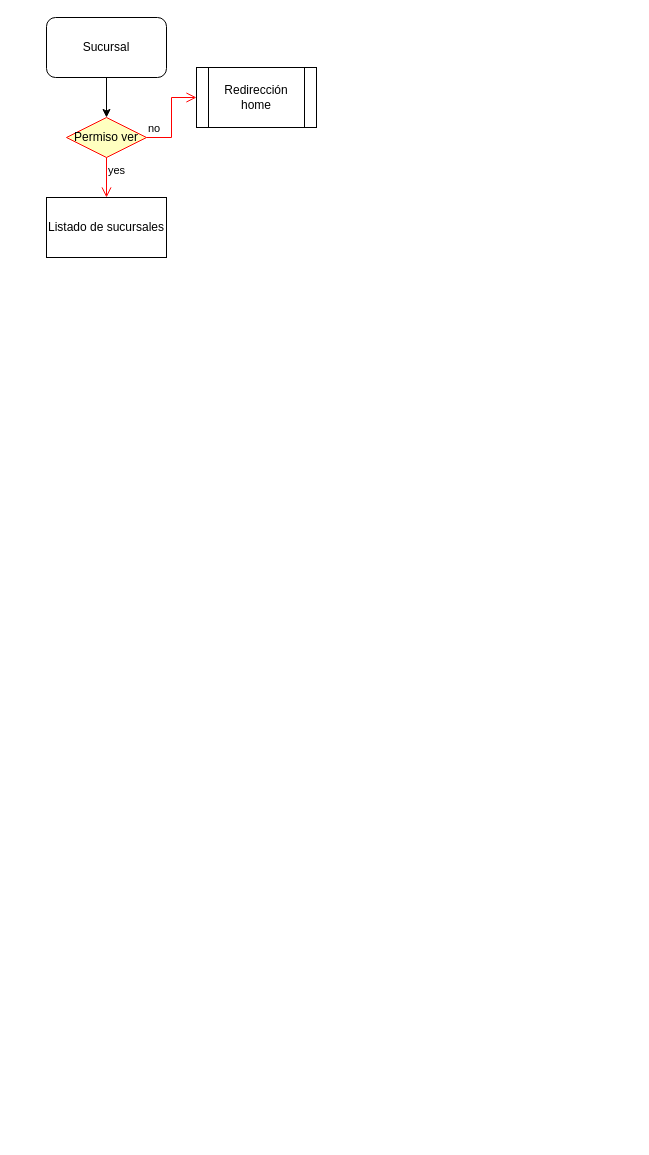
Before: page "Sucursal" (4 of 5) of Proyecto.drawio in rrpovando/ProyectoDB, a draw.io diagram. Source tidied: cells renumbered, new cells numbered last; positions are measured from the earlier drawing's top-left corner, leaving out a move shared by most shapes. Both pictures are drawn from the tidied source at 100%, with x=0, y=0 at pixel (46, 17).
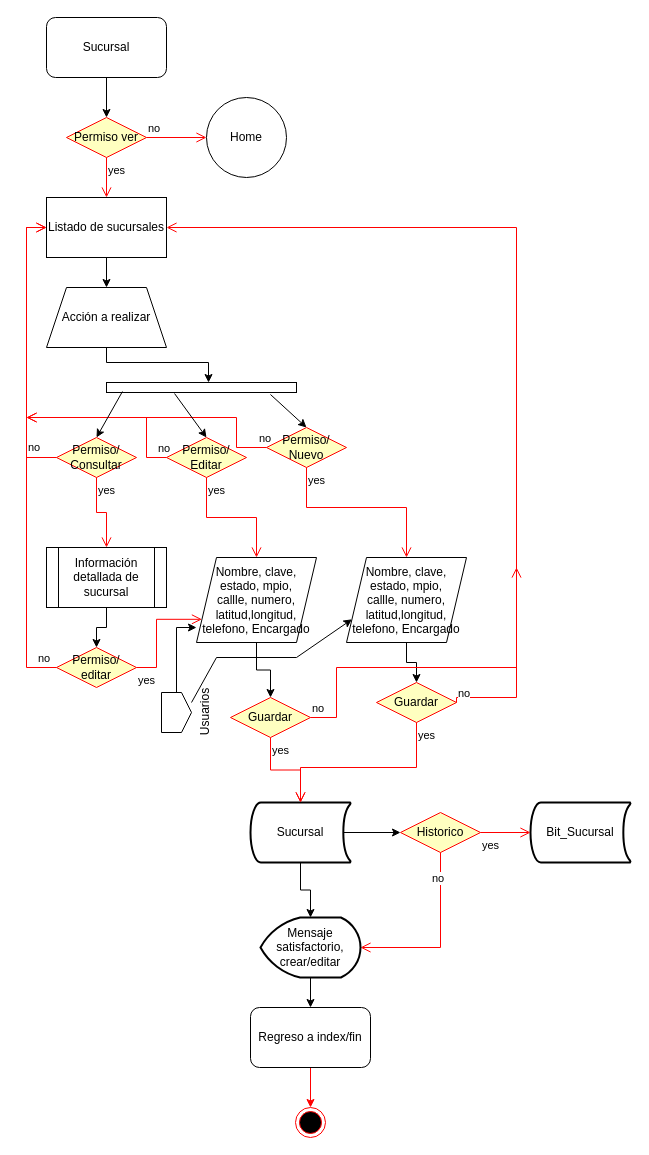
The same page after the edit.

Unchanged cells that the change refers to:
```xml
<mxCell id="4" value="Permiso ver" style="rhombus;whiteSpace=wrap;html=1;fillColor=#ffffc0;strokeColor=#ff0000;" parent="1" vertex="1">
  <mxGeometry x="20" y="100" width="80" height="40" as="geometry" />
</mxCell>
<mxCell id="7" value="Listado de sucursales" style="rounded=0;whiteSpace=wrap;html=1;" parent="1" vertex="1">
  <mxGeometry y="180" width="120" height="60" as="geometry" />
</mxCell>
```

What changed in the source:
```diff
@@
-    <mxCell id="5" value="no" style="edgeStyle=orthogonalEdgeStyle;html=1;align=left;verticalAlign=bottom;endArrow=open;endSize=8;strokeColor=#ff0000;rounded=0;entryX=0;entryY=0.5;entryDx=0;entryDy=0;" parent="1" edge="1" source="4" target="8">
+    <mxCell id="5" value="no" style="edgeStyle=orthogonalEdgeStyle;html=1;align=left;verticalAlign=bottom;endArrow=open;endSize=8;strokeColor=#ff0000;rounded=0;entryX=0;entryY=0.5;entryDx=0;entryDy=0;" parent="1" edge="1" source="4" target="55">
       <mxGeometry x="-1" relative="1" as="geometry" />
     </mxCell>
@@
+    <mxCell id="9" style="edgeStyle=orthogonalEdgeStyle;rounded=0;jettySize=auto;html=1;strokeColor=#000000;" parent="1" edge="1" source="7" target="11">
+      <mxGeometry relative="1" as="geometry" />
+    </mxCell>
@@
-    <mxCell id="8" value="Redirección home" style="shape=process;whiteSpace=wrap;html=1;backgroundOutline=1;" parent="1" vertex="1">
-      <mxGeometry x="150" y="50" width="120" height="60" as="geometry" />
-    </mxCell>
+    <mxCell id="10" style="edgeStyle=orthogonalEdgeStyle;rounded=0;jettySize=auto;html=1;exitX=0.5;exitY=1;exitDx=0;exitDy=0;entryX=0;entryY=0.463;entryDx=0;entryDy=0;entryPerimeter=0;" parent="1" edge="1" source="11" target="12">
+      <mxGeometry relative="1" as="geometry">
+        <Array as="points">
+          <mxPoint x="60" y="345" />
+          <mxPoint x="162" y="345" />
+        </Array>
+      </mxGeometry>
+    </mxCell>
+    <mxCell id="11" value="Acción a realizar" style="shape=trapezoid;perimeter=trapezoidPerimeter;whiteSpace=wrap;html=1;fixedSize=1;fillColor=none;" parent="1" vertex="1">
+      <mxGeometry y="270" width="120" height="60" as="geometry" />
+    </mxCell>
+    <mxCell id="12" style="html=1;points=[];perimeter=orthogonalPerimeter;fillColor=none;rotation=90;" parent="1" vertex="1">
+      <mxGeometry x="150" y="275" width="10" height="190" as="geometry" />
+    </mxCell>
+    <mxCell id="13" value="Permiso/&lt;br&gt;Nuevo" style="rhombus;whiteSpace=wrap;html=1;fillColor=#ffffc0;strokeColor=#ff0000;" parent="1" vertex="1">
+      <mxGeometry x="220" y="410" width="80" height="40" as="geometry" />
+    </mxCell>
+    <mxCell id="14" value="no" style="edgeStyle=orthogonalEdgeStyle;html=1;align=left;verticalAlign=bottom;endArrow=open;endSize=8;strokeColor=#ff0000;rounded=0;exitX=0;exitY=0.5;exitDx=0;exitDy=0;" parent="1" edge="1" source="13">
+      <mxGeometry x="-0.93" relative="1" as="geometry">
+        <mxPoint x="-20" y="400" as="targetPoint" />
+        <Array as="points">
+          <mxPoint x="190" y="430" />
+          <mxPoint x="190" y="400" />
+        </Array>
+      </mxGeometry>
+    </mxCell>
+    <mxCell id="15" value="yes" style="edgeStyle=orthogonalEdgeStyle;html=1;align=left;verticalAlign=top;endArrow=open;endSize=8;strokeColor=#ff0000;rounded=0;exitX=0.5;exitY=1;exitDx=0;exitDy=0;entryX=0.5;entryY=0;entryDx=0;entryDy=0;" parent="1" edge="1" source="13" target="30">
+      <mxGeometry x="-1" relative="1" as="geometry">
+        <Array as="points">
+          <mxPoint x="260" y="490" />
+          <mxPoint x="360" y="490" />
+        </Array>
+      </mxGeometry>
+    </mxCell>
+    <mxCell id="16" value="Permiso/&lt;br&gt;Editar" style="rhombus;whiteSpace=wrap;html=1;fillColor=#ffffc0;strokeColor=#ff0000;" parent="1" vertex="1">
+      <mxGeometry x="120" y="420" width="80" height="40" as="geometry" />
+    </mxCell>
+    <mxCell id="17" value="no" style="edgeStyle=orthogonalEdgeStyle;html=1;align=left;verticalAlign=bottom;endArrow=open;endSize=8;strokeColor=#ff0000;rounded=0;exitX=0;exitY=0.5;exitDx=0;exitDy=0;" parent="1" edge="1" source="16">
+      <mxGeometry x="-0.89" relative="1" as="geometry">
+        <mxPoint x="-20" y="400" as="targetPoint" />
+        <Array as="points">
+          <mxPoint x="100" y="440" />
+          <mxPoint x="100" y="400" />
+        </Array>
+      </mxGeometry>
+    </mxCell>
+    <mxCell id="18" value="Permiso/&lt;br&gt;Consultar" style="rhombus;whiteSpace=wrap;html=1;fillColor=#ffffc0;strokeColor=#ff0000;" parent="1" vertex="1">
+      <mxGeometry x="10" y="420" width="80" height="40" as="geometry" />
+    </mxCell>
+    <mxCell id="19" value="no" style="edgeStyle=orthogonalEdgeStyle;html=1;align=left;verticalAlign=bottom;endArrow=open;endSize=8;strokeColor=#ff0000;rounded=0;entryX=0;entryY=0.5;entryDx=0;entryDy=0;exitX=0;exitY=0.5;exitDx=0;exitDy=0;" parent="1" edge="1" source="18" target="7">
+      <mxGeometry x="-0.78" relative="1" as="geometry">
+        <Array as="points">
+          <mxPoint x="-20" y="440" />
+          <mxPoint x="-20" y="210" />
+        </Array>
+      </mxGeometry>
+    </mxCell>
+    <mxCell id="20" value="yes" style="edgeStyle=orthogonalEdgeStyle;html=1;align=left;verticalAlign=top;endArrow=open;endSize=8;strokeColor=#ff0000;rounded=0;entryX=0.5;entryY=0;entryDx=0;entryDy=0;" parent="1" edge="1" source="18" target="32">
+      <mxGeometry x="-1" relative="1" as="geometry" />
+    </mxCell>
+    <mxCell id="21" style="endArrow=classic;html=1;rounded=0;strokeColor=#000000;entryX=0.5;entryY=0;entryDx=0;entryDy=0;exitX=0.9;exitY=0.916;exitDx=0;exitDy=0;exitPerimeter=0;" parent="1" edge="1" source="12" target="18">
+      <mxGeometry relative="1" as="geometry" />
+    </mxCell>
+    <mxCell id="22" style="endArrow=classic;html=1;rounded=0;strokeColor=#000000;entryX=0.5;entryY=0;entryDx=0;entryDy=0;exitX=1.1;exitY=0.642;exitDx=0;exitDy=0;exitPerimeter=0;" parent="1" edge="1" source="12" target="16">
+      <mxGeometry relative="1" as="geometry" />
+    </mxCell>
+    <mxCell id="23" style="endArrow=classic;html=1;rounded=0;strokeColor=#000000;entryX=0.5;entryY=0;entryDx=0;entryDy=0;exitX=1.2;exitY=0.137;exitDx=0;exitDy=0;exitPerimeter=0;" parent="1" edge="1" source="12" target="13">
+      <mxGeometry relative="1" as="geometry" />
+    </mxCell>
+    <mxCell id="24" style="edgeStyle=orthogonalEdgeStyle;rounded=0;jettySize=auto;html=1;strokeColor=#000000;" parent="1" edge="1" source="25" target="39">
+      <mxGeometry relative="1" as="geometry" />
+    </mxCell>
+    <mxCell id="25" value="Nombre,&amp;nbsp;clave,&lt;br&gt;estado,&amp;nbsp;mpio,&lt;br&gt;callle,&amp;nbsp;numero,&lt;br&gt;latitud,longitud,&lt;br&gt;telefono,&amp;nbsp;Encargado" style="shape=parallelogram;perimeter=parallelogramPerimeter;whiteSpace=wrap;html=1;fixedSize=1;" parent="1" vertex="1">
+      <mxGeometry x="150" y="540" width="120" height="85" as="geometry" />
+    </mxCell>
+    <mxCell id="26" value="Bit_Sucursal" style="strokeWidth=2;html=1;shape=mxgraph.flowchart.stored_data;whiteSpace=wrap;" parent="1" vertex="1">
+      <mxGeometry x="484" y="785" width="100" height="60" as="geometry" />
+    </mxCell>
+    <mxCell id="27" style="edgeStyle=orthogonalEdgeStyle;rounded=0;jettySize=auto;html=1;strokeColor=#000000;" parent="1" edge="1" source="28" target="51">
+      <mxGeometry relative="1" as="geometry" />
+    </mxCell>
+    <mxCell id="28" value="Sucursal" style="strokeWidth=2;html=1;shape=mxgraph.flowchart.stored_data;whiteSpace=wrap;" parent="1" vertex="1">
+      <mxGeometry x="204" y="785" width="100" height="60" as="geometry" />
+    </mxCell>
+    <mxCell id="29" style="edgeStyle=orthogonalEdgeStyle;rounded=0;jettySize=auto;html=1;strokeColor=#000000;" parent="1" edge="1" source="30" target="42">
+      <mxGeometry relative="1" as="geometry" />
+    </mxCell>
+    <mxCell id="30" value="Nombre,&amp;nbsp;clave,&lt;br&gt;estado,&amp;nbsp;mpio,&lt;br&gt;callle,&amp;nbsp;numero,&lt;br&gt;latitud,longitud,&lt;br&gt;telefono,&amp;nbsp;Encargado" style="shape=parallelogram;perimeter=parallelogramPerimeter;whiteSpace=wrap;html=1;fixedSize=1;" parent="1" vertex="1">
+      <mxGeometry x="300" y="540" width="120" height="85" as="geometry" />
+    </mxCell>
+    <mxCell id="31" style="edgeStyle=orthogonalEdgeStyle;rounded=0;jettySize=auto;html=1;strokeColor=#000000;" parent="1" edge="1" source="32" target="34">
+      <mxGeometry relative="1" as="geometry" />
+    </mxCell>
+    <mxCell id="32" value="Información detallada de sucursal" style="shape=process;whiteSpace=wrap;html=1;backgroundOutline=1;" parent="1" vertex="1">
+      <mxGeometry y="530" width="120" height="60" as="geometry" />
+    </mxCell>
+    <mxCell id="33" value="yes" style="edgeStyle=orthogonalEdgeStyle;html=1;align=left;verticalAlign=top;endArrow=open;endSize=8;strokeColor=#ff0000;rounded=0;exitX=0.5;exitY=1;exitDx=0;exitDy=0;entryX=0.5;entryY=0;entryDx=0;entryDy=0;" parent="1" edge="1" source="16" target="25">
+      <mxGeometry x="-1" relative="1" as="geometry">
+        <Array as="points">
+          <mxPoint x="160" y="500" />
+          <mxPoint x="210" y="500" />
+        </Array>
+      </mxGeometry>
+    </mxCell>
+    <mxCell id="34" value="Permiso/ editar" style="rhombus;whiteSpace=wrap;html=1;fillColor=#ffffc0;strokeColor=#ff0000;" parent="1" vertex="1">
+      <mxGeometry x="10" y="630" width="80" height="40" as="geometry" />
+    </mxCell>
+    <mxCell id="35" value="no" style="edgeStyle=orthogonalEdgeStyle;html=1;align=left;verticalAlign=bottom;endArrow=open;endSize=8;strokeColor=#ff0000;rounded=0;entryX=0;entryY=0.5;entryDx=0;entryDy=0;exitX=0;exitY=0.5;exitDx=0;exitDy=0;" parent="1" edge="1" source="34" target="7">
+      <mxGeometry x="-0.92" relative="1" as="geometry">
+        <Array as="points">
+          <mxPoint x="-20" y="650" />
+          <mxPoint x="-20" y="210" />
+        </Array>
+      </mxGeometry>
+    </mxCell>
+    <mxCell id="36" value="yes" style="edgeStyle=orthogonalEdgeStyle;html=1;align=left;verticalAlign=top;endArrow=open;endSize=8;strokeColor=#ff0000;rounded=0;exitX=1;exitY=0.5;exitDx=0;exitDy=0;entryX=0;entryY=0.75;entryDx=0;entryDy=0;" parent="1" edge="1" source="34" target="25">
+      <mxGeometry x="-1" relative="1" as="geometry">
+        <Array as="points">
+          <mxPoint x="110" y="650" />
+          <mxPoint x="110" y="602" />
+        </Array>
+      </mxGeometry>
+    </mxCell>
+    <mxCell id="37" style="edgeStyle=orthogonalEdgeStyle;rounded=0;jettySize=auto;html=1;strokeColor=#000000;" parent="1" edge="1" source="38">
+      <mxGeometry relative="1" as="geometry">
+        <mxPoint x="150" y="610" as="targetPoint" />
+        <Array as="points">
+          <mxPoint x="130" y="610" />
+          <mxPoint x="150" y="610" />
+        </Array>
+      </mxGeometry>
+    </mxCell>
+    <mxCell id="38" value="Usuarios" style="verticalLabelPosition=bottom;verticalAlign=top;html=1;shape=offPageConnector;rounded=0;size=0.3333333333333333;rotation=-90;" parent="1" vertex="1">
+      <mxGeometry x="110" y="680" width="40" height="30" as="geometry" />
+    </mxCell>
+    <mxCell id="39" value="Guardar" style="rhombus;whiteSpace=wrap;html=1;fillColor=#ffffc0;strokeColor=#ff0000;" parent="1" vertex="1">
+      <mxGeometry x="184" y="680" width="80" height="40" as="geometry" />
+    </mxCell>
+    <mxCell id="40" value="no" style="edgeStyle=orthogonalEdgeStyle;html=1;align=left;verticalAlign=bottom;endArrow=open;endSize=8;strokeColor=#ff0000;rounded=0;exitX=1;exitY=0.5;exitDx=0;exitDy=0;" parent="1" edge="1" source="39">
+      <mxGeometry x="-1" relative="1" as="geometry">
+        <mxPoint x="470" y="550" as="targetPoint" />
+        <Array as="points">
+          <mxPoint x="290" y="700" />
+          <mxPoint x="290" y="650" />
+          <mxPoint x="470" y="650" />
+        </Array>
+      </mxGeometry>
+    </mxCell>
+    <mxCell id="41" value="yes" style="edgeStyle=orthogonalEdgeStyle;html=1;align=left;verticalAlign=top;endArrow=open;endSize=8;strokeColor=#ff0000;rounded=0;entryX=0.5;entryY=0;entryDx=0;entryDy=0;entryPerimeter=0;" parent="1" edge="1" source="39" target="28">
+      <mxGeometry x="-1" relative="1" as="geometry" />
+    </mxCell>
+    <mxCell id="42" value="Guardar" style="rhombus;whiteSpace=wrap;html=1;fillColor=#ffffc0;strokeColor=#ff0000;" parent="1" vertex="1">
+      <mxGeometry x="330" y="665" width="80" height="40" as="geometry" />
+    </mxCell>
+    <mxCell id="43" value="no" style="edgeStyle=orthogonalEdgeStyle;html=1;align=left;verticalAlign=bottom;endArrow=open;endSize=8;strokeColor=#ff0000;rounded=0;entryX=1;entryY=0.5;entryDx=0;entryDy=0;exitX=1;exitY=0.5;exitDx=0;exitDy=0;" parent="1" edge="1" source="42" target="7">
+      <mxGeometry x="-1" relative="1" as="geometry">
+        <Array as="points">
+          <mxPoint x="410" y="680" />
+          <mxPoint x="470" y="680" />
+          <mxPoint x="470" y="210" />
+        </Array>
+      </mxGeometry>
+    </mxCell>
+    <mxCell id="44" value="yes" style="edgeStyle=orthogonalEdgeStyle;html=1;align=left;verticalAlign=top;endArrow=open;endSize=8;strokeColor=#ff0000;rounded=0;entryX=0.5;entryY=0;entryDx=0;entryDy=0;entryPerimeter=0;" parent="1" edge="1" source="42" target="28">
+      <mxGeometry x="-1" relative="1" as="geometry">
+        <Array as="points">
+          <mxPoint x="370" y="750" />
+          <mxPoint x="254" y="750" />
+        </Array>
+      </mxGeometry>
+    </mxCell>
+    <mxCell id="45" value="Historico" style="rhombus;whiteSpace=wrap;html=1;fillColor=#ffffc0;strokeColor=#ff0000;" parent="1" vertex="1">
+      <mxGeometry x="354" y="795" width="80" height="40" as="geometry" />
+    </mxCell>
+    <mxCell id="46" value="no" style="edgeStyle=orthogonalEdgeStyle;html=1;align=left;verticalAlign=bottom;endArrow=open;endSize=8;strokeColor=#ff0000;rounded=0;exitX=0.5;exitY=1;exitDx=0;exitDy=0;entryX=1;entryY=0.5;entryDx=0;entryDy=0;entryPerimeter=0;" parent="1" edge="1" source="45" target="51">
+      <mxGeometry x="-0.6" y="-10" relative="1" as="geometry" />
+    </mxCell>
+    <mxCell id="47" value="yes" style="edgeStyle=orthogonalEdgeStyle;html=1;align=left;verticalAlign=top;endArrow=open;endSize=8;strokeColor=#ff0000;rounded=0;entryX=0;entryY=0.5;entryDx=0;entryDy=0;entryPerimeter=0;" parent="1" edge="1" source="45" target="26">
+      <mxGeometry x="-1" relative="1" as="geometry" />
+    </mxCell>
+    <mxCell id="48" style="endArrow=classic;html=1;rounded=0;strokeColor=#000000;entryX=0;entryY=0.5;entryDx=0;entryDy=0;exitX=0.93;exitY=0.5;exitDx=0;exitDy=0;exitPerimeter=0;" parent="1" edge="1" source="28" target="45">
+      <mxGeometry relative="1" as="geometry" />
+    </mxCell>
+    <mxCell id="49" style="endArrow=classic;html=1;rounded=0;strokeColor=#000000;exitX=0.75;exitY=1;exitDx=0;exitDy=0;entryX=0;entryY=0.75;entryDx=0;entryDy=0;" parent="1" edge="1" source="38" target="30">
+      <mxGeometry relative="1" as="geometry">
+        <Array as="points">
+          <mxPoint x="170" y="640" />
+          <mxPoint x="250" y="640" />
+        </Array>
+      </mxGeometry>
+    </mxCell>
+    <mxCell id="50" style="edgeStyle=orthogonalEdgeStyle;rounded=0;jettySize=auto;html=1;" parent="1" edge="1" source="51" target="53">
+      <mxGeometry relative="1" as="geometry" />
+    </mxCell>
+    <mxCell id="51" value="Mensaje satisfactorio, crear/editar" style="strokeWidth=2;html=1;shape=mxgraph.flowchart.display;whiteSpace=wrap;" parent="1" vertex="1">
+      <mxGeometry x="214" y="900" width="100" height="60" as="geometry" />
+    </mxCell>
+    <mxCell id="52" style="edgeStyle=orthogonalEdgeStyle;rounded=0;jettySize=auto;html=1;strokeColor=#FF0000;" parent="1" edge="1" source="53" target="54">
+      <mxGeometry relative="1" as="geometry" />
+    </mxCell>
+    <mxCell id="53" value="Regreso a index/fin" style="rounded=1;whiteSpace=wrap;html=1;" parent="1" vertex="1">
+      <mxGeometry x="204" y="990" width="120" height="60" as="geometry" />
+    </mxCell>
+    <mxCell id="54" style="ellipse;html=1;shape=endState;fillColor=#000000;strokeColor=#ff0000;" parent="1" vertex="1">
+      <mxGeometry x="249" y="1090" width="30" height="30" as="geometry" />
+    </mxCell>
+    <mxCell id="55" value="Home" style="ellipse;whiteSpace=wrap;html=1;fillColor=none;" parent="1" vertex="1">
+      <mxGeometry x="160" y="80" width="80" height="80" as="geometry" />
+    </mxCell>
```
